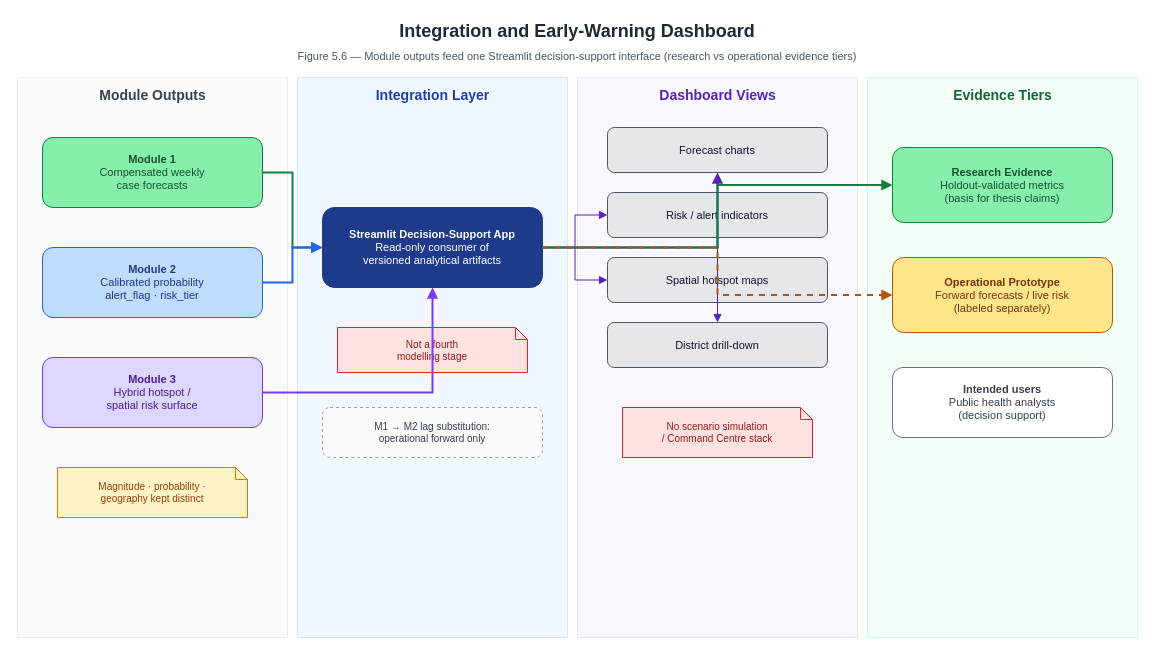
Above: research_context/report_drafts/diagrams/figure_5_6_integration_dashboard.drawio in CodexonB21/Dengue_Risk_Prediction_Framework (draw.io), before the change. Source tidied: cells renumbered, new cells numbered last; positions are measured from the earlier drawing's top-left corner, leaving out a move shared by most shapes. Both pictures are drawn from the tidied source at 100%, with x=0, y=0 at pixel (17, 17).
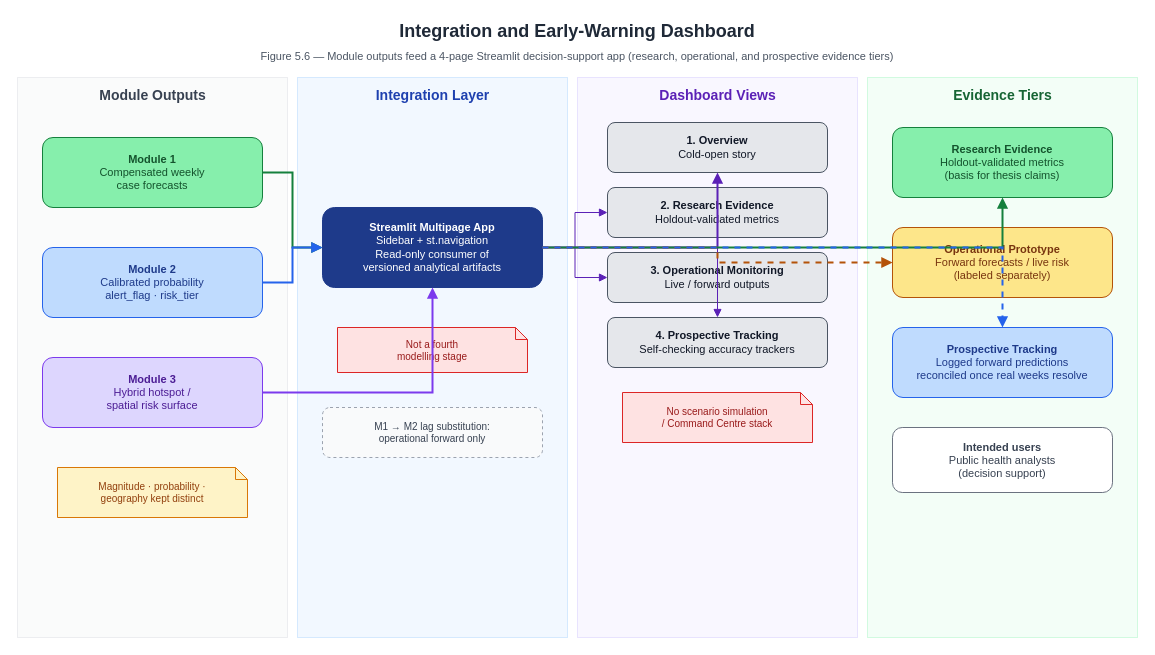
After the change.

Change to the diagram source:
```diff
@@
-    <mxCell id="3" value="Figure 5.6 — Module outputs feed one Streamlit decision-support interface (research vs operational evidence tiers)" style="text;html=1;strokeColor=none;fillColor=none;align=center;verticalAlign=middle;whiteSpace=wrap;rounded=0;fontSize=11;fontColor=#4B5563;" parent="1" vertex="1">
+    <mxCell id="3" value="Figure 5.6 — Module outputs feed a 4-page Streamlit decision-support app (research, operational, and prospective evidence tiers)" style="text;html=1;strokeColor=none;fillColor=none;align=center;verticalAlign=middle;whiteSpace=wrap;rounded=0;fontSize=11;fontColor=#4B5563;" parent="1" vertex="1">
       <mxGeometry x="140" y="28" width="840" height="22" as="geometry" />
     </mxCell>
@@
-    <mxCell id="16" value="&lt;b&gt;Streamlit Decision-Support App&lt;/b&gt;&lt;br&gt;Read-only consumer of&lt;br&gt;versioned analytical artifacts" style="rounded=1;whiteSpace=wrap;html=1;fillColor=#1E3A8A;strokeColor=#1E3A8A;fontColor=#FFFFFF;fontSize=11;align=center;" parent="1" vertex="1">
+    <mxCell id="16" value="&lt;b&gt;Streamlit Multipage App&lt;/b&gt;&lt;br&gt;Sidebar + st.navigation&lt;br&gt;Read-only consumer of&lt;br&gt;versioned analytical artifacts" style="rounded=1;whiteSpace=wrap;html=1;fillColor=#1E3A8A;strokeColor=#1E3A8A;fontColor=#FFFFFF;fontSize=11;align=center;" parent="1" vertex="1">
       <mxGeometry x="305" y="190" width="220" height="80" as="geometry" />
     </mxCell>
@@
-    <mxCell id="19" value="Forecast charts" style="rounded=1;whiteSpace=wrap;html=1;fillColor=#E5E7EB;strokeColor=#4B5563;fontColor=#111827;fontSize=11;align=center;" parent="1" vertex="1">
-      <mxGeometry x="590" y="110" width="220" height="45" as="geometry" />
+    <mxCell id="19" value="&lt;b&gt;1. Overview&lt;/b&gt;&lt;br&gt;Cold-open story" style="rounded=1;whiteSpace=wrap;html=1;fillColor=#E5E7EB;strokeColor=#4B5563;fontColor=#111827;fontSize=11;align=center;" parent="1" vertex="1">
+      <mxGeometry x="590" y="105" width="220" height="50" as="geometry" />
     </mxCell>
-    <mxCell id="20" value="Risk / alert indicators" style="rounded=1;whiteSpace=wrap;html=1;fillColor=#E5E7EB;strokeColor=#4B5563;fontColor=#111827;fontSize=11;align=center;" parent="1" vertex="1">
-      <mxGeometry x="590" y="175" width="220" height="45" as="geometry" />
+    <mxCell id="20" value="&lt;b&gt;2. Research Evidence&lt;/b&gt;&lt;br&gt;Holdout-validated metrics" style="rounded=1;whiteSpace=wrap;html=1;fillColor=#E5E7EB;strokeColor=#4B5563;fontColor=#111827;fontSize=11;align=center;" parent="1" vertex="1">
+      <mxGeometry x="590" y="170" width="220" height="50" as="geometry" />
     </mxCell>
-    <mxCell id="21" value="Spatial hotspot maps" style="rounded=1;whiteSpace=wrap;html=1;fillColor=#E5E7EB;strokeColor=#4B5563;fontColor=#111827;fontSize=11;align=center;" parent="1" vertex="1">
-      <mxGeometry x="590" y="240" width="220" height="45" as="geometry" />
+    <mxCell id="21" value="&lt;b&gt;3. Operational Monitoring&lt;/b&gt;&lt;br&gt;Live / forward outputs" style="rounded=1;whiteSpace=wrap;html=1;fillColor=#E5E7EB;strokeColor=#4B5563;fontColor=#111827;fontSize=11;align=center;" parent="1" vertex="1">
+      <mxGeometry x="590" y="235" width="220" height="50" as="geometry" />
     </mxCell>
-    <mxCell id="22" value="District drill-down" style="rounded=1;whiteSpace=wrap;html=1;fillColor=#E5E7EB;strokeColor=#4B5563;fontColor=#111827;fontSize=11;align=center;" parent="1" vertex="1">
-      <mxGeometry x="590" y="305" width="220" height="45" as="geometry" />
+    <mxCell id="22" value="&lt;b&gt;4. Prospective Tracking&lt;/b&gt;&lt;br&gt;Self-checking accuracy trackers" style="rounded=1;whiteSpace=wrap;html=1;fillColor=#E5E7EB;strokeColor=#4B5563;fontColor=#111827;fontSize=11;align=center;" parent="1" vertex="1">
+      <mxGeometry x="590" y="300" width="220" height="50" as="geometry" />
     </mxCell>
     <mxCell id="23" value="No scenario simulation&lt;br&gt;/ Command Centre stack" style="shape=note;whiteSpace=wrap;html=1;backgroundOutline=1;fillColor=#FEE2E2;strokeColor=#DC2626;fontColor=#991B1B;fontSize=10;size=12;align=center;" parent="1" vertex="1">
-      <mxGeometry x="605" y="390" width="190" height="50" as="geometry" />
+      <mxGeometry x="605" y="375" width="190" height="50" as="geometry" />
     </mxCell>
     <mxCell id="24" value="&lt;b&gt;Research Evidence&lt;/b&gt;&lt;br&gt;Holdout-validated metrics&lt;br&gt;(basis for thesis claims)" style="rounded=1;whiteSpace=wrap;html=1;fillColor=#86EFAC;strokeColor=#15803D;fontColor=#14532D;fontSize=11;align=center;" parent="1" vertex="1">
-      <mxGeometry x="875" y="130" width="220" height="75" as="geometry" />
+      <mxGeometry x="875" y="110" width="220" height="70" as="geometry" />
     </mxCell>
     <mxCell id="25" value="&lt;b&gt;Operational Prototype&lt;/b&gt;&lt;br&gt;Forward forecasts / live risk&lt;br&gt;(labeled separately)" style="rounded=1;whiteSpace=wrap;html=1;fillColor=#FDE68A;strokeColor=#B45309;fontColor=#78350F;fontSize=11;align=center;" parent="1" vertex="1">
-      <mxGeometry x="875" y="240" width="220" height="75" as="geometry" />
+      <mxGeometry x="875" y="210" width="220" height="70" as="geometry" />
     </mxCell>
+    <mxCell id="36" value="&lt;b&gt;Prospective Tracking&lt;/b&gt;&lt;br&gt;Logged forward predictions&lt;br&gt;reconciled once real weeks resolve" style="rounded=1;whiteSpace=wrap;html=1;fillColor=#BFDBFE;strokeColor=#2563EB;fontColor=#1E3A8A;fontSize=11;align=center;" parent="1" vertex="1">
+      <mxGeometry x="875" y="310" width="220" height="70" as="geometry" />
+    </mxCell>
     <mxCell id="26" value="&lt;b&gt;Intended users&lt;/b&gt;&lt;br&gt;Public health analysts&lt;br&gt;(decision support)" style="rounded=1;whiteSpace=wrap;html=1;fillColor=#FFFFFF;strokeColor=#6B7280;fontColor=#374151;fontSize=11;align=center;" parent="1" vertex="1">
-      <mxGeometry x="875" y="350" width="220" height="70" as="geometry" />
+      <mxGeometry x="875" y="410" width="220" height="65" as="geometry" />
     </mxCell>
@@
+    <mxCell id="37" style="edgeStyle=orthogonalEdgeStyle;rounded=0;html=1;strokeColor=#2563EB;strokeWidth=2;dashed=1;endArrow=block;endFill=1;" parent="1" edge="1" source="16" target="36">
+      <mxGeometry relative="1" as="geometry" />
+    </mxCell>
```
